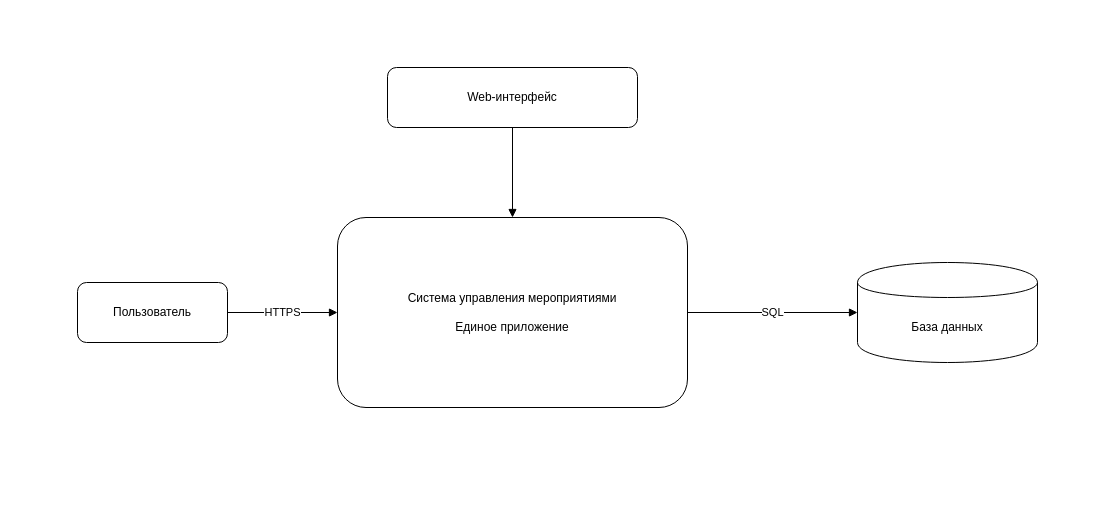
Before: page "Диаграмма компонентов" (5 of 6) of SystemManagementEvents/docs/architecture/Diagrams.drawio in Kart0fanych/SystemManagementEvents, a draw.io diagram. Source tidied: cells renumbered, new cells numbered last; positions are measured from the earlier drawing's top-left corner, leaving out a move shared by most shapes. Both pictures are drawn from the tidied source at 100%, with x=0, y=0 at pixel (77, 67).
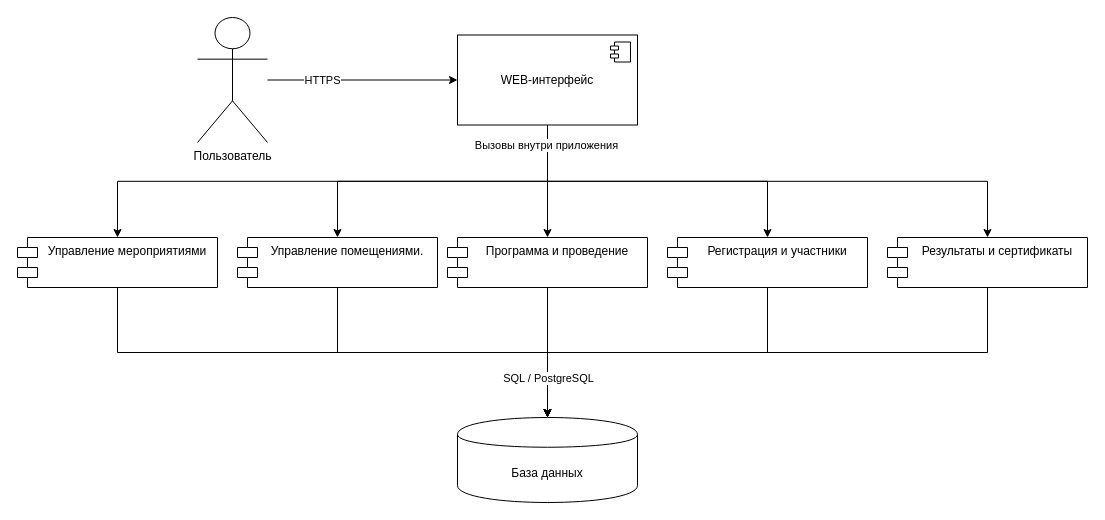
Above is the later version.

The edit, as a diff of the source:
```diff
@@
+    <mxCell id="4" value="База данных" style="shape=cylinder;whiteSpace=wrap;html=1;boundedLbl=1;fillOpacity=100;" parent="1" vertex="1">
+      <mxGeometry x="380" y="350" width="180" height="85" as="geometry" />
+    </mxCell>
+    <mxCell id="9" style="edgeStyle=orthogonalEdgeStyle;rounded=0;jettySize=auto;html=1;entryX=0;entryY=0.5;entryDx=0;entryDy=0;" parent="1" edge="1" source="2" target="27">
+      <mxGeometry x="-0.29" relative="1" as="geometry" />
+    </mxCell>
+    <mxCell id="6" value="HTTPS" style="edgeLabel;html=1;align=center;verticalAlign=middle;" parent="9" vertex="1">
+      <mxGeometry x="-0.19" y="-3" relative="1" as="geometry">
+        <mxPoint x="-23" y="-3" as="offset" />
+      </mxGeometry>
+    </mxCell>
-    <mxCell id="2" value="Пользователь" style="rounded=1;whiteSpace=wrap;html=1;align=center;verticalAlign=middle;" parent="1" vertex="1">
-      <mxGeometry y="215" width="150" height="60" as="geometry" />
+    <mxCell id="2" value="Пользователь" style="shape=umlActor;verticalLabelPosition=bottom;verticalAlign=top;html=1;outlineConnect=0;" parent="1" vertex="1">
+      <mxGeometry x="120" y="-50" width="70" height="125" as="geometry" />
     </mxCell>
-    <mxCell id="3" value="Система управления мероприятиями&lt;br&gt;&lt;br&gt;Единое приложение" style="rounded=1;whiteSpace=wrap;html=1;align=center;verticalAlign=middle;" parent="1" vertex="1">
-      <mxGeometry x="260" y="150" width="350" height="190" as="geometry" />
-    </mxCell>
-    <mxCell id="4" value="База данных" style="shape=cylinder;whiteSpace=wrap;html=1;boundedLbl=1;fillOpacity=100;" parent="1" vertex="1">
-      <mxGeometry x="780" y="195" width="180" height="100" as="geometry" />
-    </mxCell>
-    <mxCell id="5" value="Web-интерфейс" style="rounded=1;whiteSpace=wrap;html=1;align=center;verticalAlign=middle;" parent="1" vertex="1">
-      <mxGeometry x="310" width="250" height="60" as="geometry" />
-    </mxCell>
-    <mxCell id="6" value="HTTPS" style="edgeStyle=orthogonalEdgeStyle;rounded=0;jettySize=auto;html=1;endArrow=block;endFill=1;" parent="1" edge="1" source="2" target="3">
-      <mxGeometry relative="1" as="geometry" />
-    </mxCell>
-    <mxCell id="7" value="SQL" style="edgeStyle=orthogonalEdgeStyle;rounded=0;jettySize=auto;html=1;endArrow=block;endFill=1;" parent="1" edge="1" source="3" target="4">
-      <mxGeometry relative="1" as="geometry" />
-    </mxCell>
-    <mxCell id="8" style="edgeStyle=orthogonalEdgeStyle;rounded=0;jettySize=auto;html=1;endArrow=block;endFill=1;" parent="1" edge="1" source="5" target="3">
-      <mxGeometry relative="1" as="geometry" />
-    </mxCell>
+    <mxCell id="10" style="edgeStyle=orthogonalEdgeStyle;rounded=0;jettySize=auto;html=1;exitX=0.5;exitY=1;exitDx=0;exitDy=0;" parent="1" edge="1" source="27" target="15">
+      <mxGeometry relative="1" as="geometry" />
+    </mxCell>
+    <mxCell id="11" style="edgeStyle=orthogonalEdgeStyle;rounded=0;jettySize=auto;html=1;exitX=0.5;exitY=1;exitDx=0;exitDy=0;entryX=0.5;entryY=0;entryDx=0;entryDy=0;" parent="1" edge="1" source="27" target="19">
+      <mxGeometry relative="1" as="geometry" />
+    </mxCell>
+    <mxCell id="12" style="edgeStyle=orthogonalEdgeStyle;rounded=0;jettySize=auto;html=1;exitX=0.5;exitY=1;exitDx=0;exitDy=0;entryX=0.5;entryY=0;entryDx=0;entryDy=0;" parent="1" edge="1" source="27" target="17">
+      <mxGeometry relative="1" as="geometry" />
+    </mxCell>
+    <mxCell id="13" style="edgeStyle=orthogonalEdgeStyle;rounded=0;jettySize=auto;html=1;exitX=0.5;exitY=1;exitDx=0;exitDy=0;" parent="1" edge="1" source="27" target="24">
+      <mxGeometry relative="1" as="geometry" />
+    </mxCell>
+    <mxCell id="14" style="edgeStyle=orthogonalEdgeStyle;rounded=0;jettySize=auto;html=1;exitX=0.5;exitY=1;exitDx=0;exitDy=0;entryX=0.5;entryY=0;entryDx=0;entryDy=0;" parent="1" edge="1" source="15" target="4">
+      <mxGeometry relative="1" as="geometry" />
+    </mxCell>
+    <mxCell id="15" value="Управление мероприятиями" style="shape=module;align=left;spacingLeft=20;align=center;verticalAlign=top;whiteSpace=wrap;html=1;strokeColor=default;fontFamily=Helvetica;fontSize=12;fontColor=default;fillColor=default;" parent="1" vertex="1">
+      <mxGeometry x="-60" y="170" width="200" height="50" as="geometry" />
+    </mxCell>
+    <mxCell id="16" style="edgeStyle=orthogonalEdgeStyle;rounded=0;jettySize=auto;html=1;exitX=0.5;exitY=1;exitDx=0;exitDy=0;entryX=0.5;entryY=0;entryDx=0;entryDy=0;" parent="1" edge="1" source="17" target="4">
+      <mxGeometry relative="1" as="geometry" />
+    </mxCell>
+    <mxCell id="17" value="Управление помещениями." style="shape=module;align=left;spacingLeft=20;align=center;verticalAlign=top;whiteSpace=wrap;html=1;strokeColor=default;fontFamily=Helvetica;fontSize=12;fontColor=default;fillColor=default;" parent="1" vertex="1">
+      <mxGeometry x="160" y="170" width="200" height="50" as="geometry" />
+    </mxCell>
+    <mxCell id="18" style="edgeStyle=orthogonalEdgeStyle;rounded=0;jettySize=auto;html=1;exitX=0.5;exitY=1;exitDx=0;exitDy=0;entryX=0.5;entryY=0;entryDx=0;entryDy=0;" parent="1" edge="1" source="19" target="4">
+      <mxGeometry relative="1" as="geometry" />
+    </mxCell>
+    <mxCell id="19" value="Программа и проведение" style="shape=module;align=left;spacingLeft=20;align=center;verticalAlign=top;whiteSpace=wrap;html=1;strokeColor=default;fontFamily=Helvetica;fontSize=12;fontColor=default;fillColor=default;" parent="1" vertex="1">
+      <mxGeometry x="370" y="170" width="200" height="50" as="geometry" />
+    </mxCell>
+    <mxCell id="20" style="edgeStyle=orthogonalEdgeStyle;rounded=0;jettySize=auto;html=1;exitX=0.5;exitY=1;exitDx=0;exitDy=0;" parent="1" edge="1" source="21" target="4">
+      <mxGeometry relative="1" as="geometry" />
+    </mxCell>
+    <mxCell id="21" value="Регистрация и участники" style="shape=module;align=left;spacingLeft=20;align=center;verticalAlign=top;whiteSpace=wrap;html=1;strokeColor=default;fontFamily=Helvetica;fontSize=12;fontColor=default;fillColor=default;" parent="1" vertex="1">
+      <mxGeometry x="590" y="170" width="200" height="50" as="geometry" />
+    </mxCell>
+    <mxCell id="22" style="edgeStyle=orthogonalEdgeStyle;rounded=0;jettySize=auto;html=1;exitX=0.5;exitY=1;exitDx=0;exitDy=0;entryX=0.5;entryY=0;entryDx=0;entryDy=0;" parent="1" edge="1" source="24" target="4">
+      <mxGeometry relative="1" as="geometry" />
+    </mxCell>
+    <mxCell id="23" value="SQL / PostgreSQL" style="edgeLabel;html=1;align=center;verticalAlign=middle;" parent="22" vertex="1">
+      <mxGeometry x="0.86" relative="1" as="geometry" />
+    </mxCell>
+    <mxCell id="24" value="Результаты&amp;nbsp;&lt;span style=&quot;background-color: transparent; color: light-dark(rgb(0, 0, 0), rgb(255, 255, 255));&quot;&gt;и сертификаты&lt;/span&gt;" style="shape=module;align=left;spacingLeft=20;align=center;verticalAlign=top;whiteSpace=wrap;html=1;strokeColor=default;fontFamily=Helvetica;fontSize=12;fontColor=default;fillColor=default;" parent="1" vertex="1">
+      <mxGeometry x="810" y="170" width="200" height="50" as="geometry" />
+    </mxCell>
+    <mxCell id="25" style="edgeStyle=orthogonalEdgeStyle;rounded=0;jettySize=auto;html=1;exitX=0.5;exitY=1;exitDx=0;exitDy=0;" parent="1" edge="1" source="27" target="21">
+      <mxGeometry relative="1" as="geometry" />
+    </mxCell>
+    <mxCell id="26" value="Вызовы внутри приложения" style="edgeLabel;html=1;align=center;verticalAlign=middle;" parent="25" vertex="1">
+      <mxGeometry x="-0.88" y="-2" relative="1" as="geometry" />
+    </mxCell>
+    <mxCell id="27" value="WEB-интерфейс" style="html=1;whiteSpace=wrap;strokeColor=default;align=center;verticalAlign=middle;fontFamily=Helvetica;fontSize=12;fontColor=default;fillColor=default;" parent="1" vertex="1">
+      <mxGeometry x="380" y="-32.5" width="180" height="90" as="geometry" />
+    </mxCell>
+    <mxCell id="28" style="shape=module;jettyWidth=8;jettyHeight=4;strokeColor=default;align=center;verticalAlign=middle;fontFamily=Helvetica;fontSize=12;fontColor=default;fillColor=default;" parent="27" vertex="1">
+      <mxGeometry x="1" width="20" height="20" relative="1" as="geometry">
+        <mxPoint x="-27" y="7" as="offset" />
+      </mxGeometry>
+    </mxCell>
```
